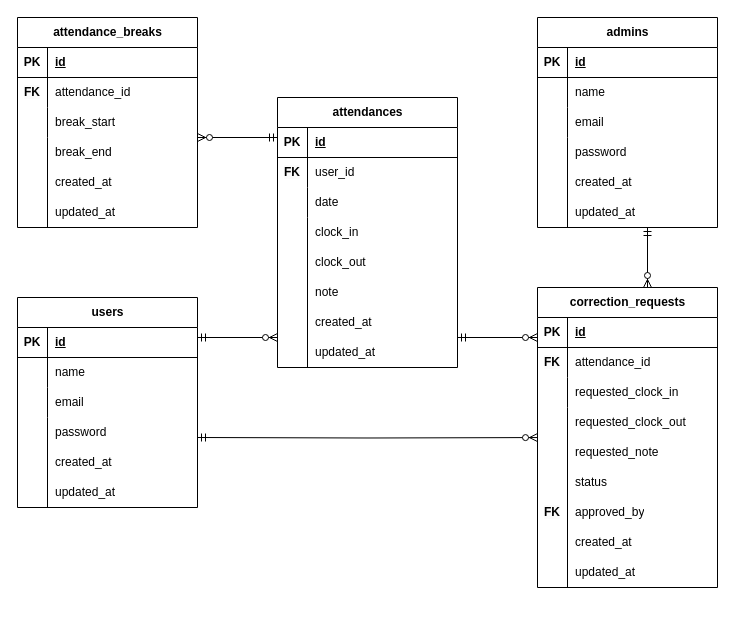
Earlier version of the draw.io diagram attendance-er.drawio (riichikawashima-cmd/coachtech-attendance). Source tidied: cells renumbered, new cells numbered last; positions are measured from the earlier drawing's top-left corner, leaving out a move shared by most shapes. Both pictures are drawn from the tidied source at 100%, with x=0, y=0 at pixel (17, 17).
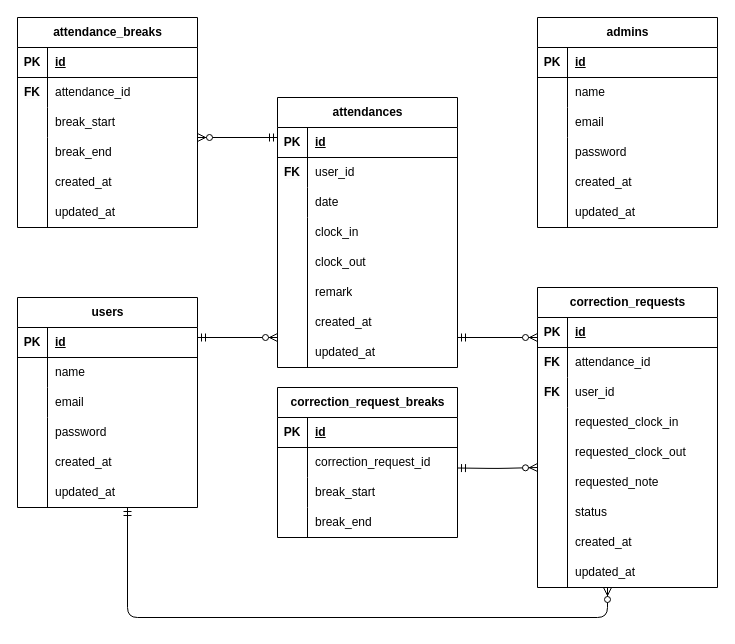
After the change.

The change refers to these unchanged cells:
```xml
<mxCell id="75" style="shape=tableRow;horizontal=0;startSize=0;swimlaneHead=0;swimlaneBody=0;fillColor=none;top=0;left=0;right=0;bottom=0;" parent="68" vertex="1">
  <mxGeometry y="90" width="180" height="30" as="geometry" />
</mxCell>
<mxCell id="78" style="shape=tableRow;horizontal=0;startSize=0;swimlaneHead=0;swimlaneBody=0;fillColor=none;points=[[0,0.5],[1,0.5]];portConstraint=eastwest;top=0;left=0;right=0;bottom=0;" parent="68" vertex="1">
  <mxGeometry y="120" width="180" height="180" as="geometry" />
</mxCell>
```

What changed in the source:
```diff
@@
-    <mxCell id="49" value="note" style="shape=partialRectangle;fillColor=none;top=0;left=0;bottom=0;right=0;align=left;spacingLeft=6;overflow=hidden;whiteSpace=wrap;html=1;" parent="1" vertex="1">
+    <mxCell id="49" value="remark" style="shape=partialRectangle;fillColor=none;top=0;left=0;bottom=0;right=0;align=left;spacingLeft=6;overflow=hidden;whiteSpace=wrap;html=1;" parent="1" vertex="1">
       <mxGeometry x="290" y="260" width="150" height="30" as="geometry" />
     </mxCell>
@@
-    <mxCell id="77" value="&lt;span style=&quot;color: rgb(0, 0, 0);&quot;&gt;requested_clock_in&lt;/span&gt;" style="shape=partialRectangle;fillColor=none;top=0;left=0;bottom=0;right=0;align=left;spacingLeft=6;overflow=hidden;whiteSpace=wrap;html=1;" parent="75" vertex="1">
+    <mxCell id="77" value="user_id" style="shape=partialRectangle;fillColor=none;top=0;left=0;bottom=0;right=0;align=left;spacingLeft=6;overflow=hidden;whiteSpace=wrap;html=1;" parent="75" vertex="1">
       <mxGeometry x="30" width="150" height="30" as="geometry" />
     </mxCell>
@@
     <mxCell id="81" value="&lt;span style=&quot;color: rgb(0, 0, 0);&quot;&gt;requested_clock_out&lt;/span&gt;" style="shape=partialRectangle;fillColor=none;top=0;left=0;bottom=0;right=0;align=left;spacingLeft=6;overflow=hidden;whiteSpace=wrap;html=1;" parent="1" vertex="1">
-      <mxGeometry x="550" y="390" width="150" height="30" as="geometry" />
+      <mxGeometry x="550" y="420" width="150" height="30" as="geometry" />
     </mxCell>
     <mxCell id="82" value="&lt;span style=&quot;color: rgb(0, 0, 0);&quot;&gt;requested_note&lt;/span&gt;" style="shape=partialRectangle;fillColor=none;top=0;left=0;bottom=0;right=0;align=left;spacingLeft=6;overflow=hidden;whiteSpace=wrap;html=1;" parent="1" vertex="1">
-      <mxGeometry x="550" y="420" width="150" height="30" as="geometry" />
+      <mxGeometry x="550" y="450" width="150" height="30" as="geometry" />
     </mxCell>
     <mxCell id="83" value="&lt;span style=&quot;color: rgb(0, 0, 0);&quot;&gt;status&lt;/span&gt;" style="shape=partialRectangle;fillColor=none;top=0;left=0;bottom=0;right=0;align=left;spacingLeft=6;overflow=hidden;whiteSpace=wrap;html=1;" parent="1" vertex="1">
-      <mxGeometry x="550" y="450" width="150" height="30" as="geometry" />
+      <mxGeometry x="550" y="480" width="150" height="30" as="geometry" />
     </mxCell>
-    <mxCell id="84" value="&lt;span style=&quot;color: rgb(0, 0, 0);&quot;&gt;approved_by&lt;/span&gt;" style="shape=partialRectangle;fillColor=none;top=0;left=0;bottom=0;right=0;align=left;spacingLeft=6;overflow=hidden;whiteSpace=wrap;html=1;" parent="1" vertex="1">
-      <mxGeometry x="550" y="480" width="150" height="30" as="geometry" />
-    </mxCell>
-    <mxCell id="85" value="&lt;span style=&quot;color: rgb(0, 0, 0);&quot;&gt;created_at&lt;/span&gt;" style="shape=partialRectangle;fillColor=none;top=0;left=0;bottom=0;right=0;align=left;spacingLeft=6;overflow=hidden;whiteSpace=wrap;html=1;" parent="1" vertex="1">
-      <mxGeometry x="550" y="510" width="150" height="30" as="geometry" />
+    <mxCell id="85" value="&lt;span style=&quot;color: rgb(0, 0, 0);&quot;&gt;updated_at&lt;/span&gt;" style="shape=partialRectangle;fillColor=none;top=0;left=0;bottom=0;right=0;align=left;spacingLeft=6;overflow=hidden;whiteSpace=wrap;html=1;" parent="1" vertex="1">
+      <mxGeometry x="550" y="540" width="150" height="30" as="geometry" />
     </mxCell>
-    <mxCell id="86" value="&lt;span style=&quot;color: rgb(0, 0, 0);&quot;&gt;updated_at&lt;/span&gt;" style="shape=partialRectangle;fillColor=none;top=0;left=0;bottom=0;right=0;align=left;spacingLeft=6;overflow=hidden;whiteSpace=wrap;html=1;" parent="1" vertex="1">
-      <mxGeometry x="550" y="540" width="150" height="30" as="geometry" />
-    </mxCell>
-    <mxCell id="87" value="&lt;span style=&quot;color: rgb(0, 0, 0); font-family: Helvetica; font-size: 12px; font-style: normal; font-variant-ligatures: normal; font-variant-caps: normal; font-weight: 700; letter-spacing: normal; orphans: 2; text-align: center; text-indent: 0px; text-transform: none; widows: 2; word-spacing: 0px; -webkit-text-stroke-width: 0px; white-space: normal; background-color: rgb(251, 251, 251); text-decoration-thickness: initial; text-decoration-style: initial; text-decoration-color: initial; float: none; display: inline !important;&quot;&gt;FK&lt;/span&gt;" style="shape=partialRectangle;fillColor=none;top=0;left=0;bottom=0;right=0;overflow=hidden;whiteSpace=wrap;html=1;" parent="1" vertex="1">
-      <mxGeometry x="520" y="480" width="30" height="30" as="geometry" />
-    </mxCell>
@@
-    <mxCell id="93" style="edgeStyle=orthogonalEdgeStyle;fontSize=12;html=1;endArrow=ERzeroToMany;startArrow=ERmandOne;entryX=0;entryY=0.167;entryDx=0;entryDy=0;entryPerimeter=0;" parent="1" edge="1" target="78">
+    <mxCell id="93" style="edgeStyle=orthogonalEdgeStyle;fontSize=12;html=1;endArrow=ERzeroToMany;startArrow=ERmandOne;" parent="1" edge="1">
       <mxGeometry relative="1" as="geometry">
-        <mxPoint x="180" y="420" as="sourcePoint" />
+        <mxPoint x="110" y="490" as="sourcePoint" />
+        <mxPoint x="590" y="570" as="targetPoint" />
+        <Array as="points">
+          <mxPoint x="110" y="600" />
+          <mxPoint x="590" y="600" />
+        </Array>
       </mxGeometry>
     </mxCell>
-    <mxCell id="94" style="edgeStyle=orthogonalEdgeStyle;fontSize=12;html=1;endArrow=ERzeroToMany;startArrow=ERmandOne;" parent="1" edge="1">
-      <mxGeometry relative="1" as="geometry">
-        <mxPoint x="630" y="210" as="sourcePoint" />
-        <mxPoint x="630" y="270" as="targetPoint" />
-      </mxGeometry>
-    </mxCell>
+    <mxCell id="95" value="correction_request_breaks" style="shape=table;startSize=30;childLayout=tableLayout;rowLines=0;fontStyle=1;align=center;html=1;" parent="1" vertex="1">
+      <mxGeometry x="260" y="370" width="180" height="150" as="geometry" />
+    </mxCell>
+    <mxCell id="96" style="shape=tableRow;horizontal=0;startSize=0;swimlaneHead=0;swimlaneBody=0;fillColor=none;top=0;left=0;right=0;bottom=1;" parent="95" vertex="1">
+      <mxGeometry y="30" width="180" height="30" as="geometry" />
+    </mxCell>
+    <mxCell id="97" value="PK" style="shape=partialRectangle;fillColor=none;top=0;left=0;bottom=0;right=0;fontStyle=1;overflow=hidden;whiteSpace=wrap;html=1;" parent="96" vertex="1">
+      <mxGeometry width="30" height="30" as="geometry" />
+    </mxCell>
+    <mxCell id="98" value="id" style="shape=partialRectangle;fillColor=none;top=0;left=0;bottom=0;right=0;align=left;spacingLeft=6;fontStyle=5;overflow=hidden;whiteSpace=wrap;html=1;" parent="96" vertex="1">
+      <mxGeometry x="30" width="150" height="30" as="geometry" />
+    </mxCell>
+    <mxCell id="99" style="shape=tableRow;horizontal=0;startSize=0;swimlaneHead=0;swimlaneBody=0;fillColor=none;top=0;left=0;right=0;bottom=0;" parent="95" vertex="1">
+      <mxGeometry y="60" width="180" height="30" as="geometry" />
+    </mxCell>
+    <mxCell id="100" style="shape=partialRectangle;fillColor=none;top=0;left=0;bottom=0;right=0;overflow=hidden;whiteSpace=wrap;html=1;" parent="99" vertex="1">
+      <mxGeometry width="30" height="30" as="geometry" />
+    </mxCell>
+    <mxCell id="101" value="correction_request_id" style="shape=partialRectangle;fillColor=none;top=0;left=0;bottom=0;right=0;align=left;spacingLeft=6;overflow=hidden;whiteSpace=wrap;html=1;" parent="99" vertex="1">
+      <mxGeometry x="30" width="150" height="30" as="geometry" />
+    </mxCell>
+    <mxCell id="102" style="shape=tableRow;horizontal=0;startSize=0;swimlaneHead=0;swimlaneBody=0;fillColor=none;top=0;left=0;right=0;bottom=0;" parent="95" vertex="1">
+      <mxGeometry y="90" width="180" height="30" as="geometry" />
+    </mxCell>
+    <mxCell id="103" style="shape=partialRectangle;fillColor=none;top=0;left=0;bottom=0;right=0;overflow=hidden;whiteSpace=wrap;html=1;" parent="102" vertex="1">
+      <mxGeometry width="30" height="30" as="geometry" />
+    </mxCell>
+    <mxCell id="104" value="break_start" style="shape=partialRectangle;fillColor=none;top=0;left=0;bottom=0;right=0;align=left;spacingLeft=6;overflow=hidden;whiteSpace=wrap;html=1;" parent="102" vertex="1">
+      <mxGeometry x="30" width="150" height="30" as="geometry" />
+    </mxCell>
+    <mxCell id="105" style="shape=tableRow;horizontal=0;startSize=0;swimlaneHead=0;swimlaneBody=0;fillColor=none;top=0;left=0;right=0;bottom=0;" parent="95" vertex="1">
+      <mxGeometry y="120" width="180" height="30" as="geometry" />
+    </mxCell>
+    <mxCell id="106" style="shape=partialRectangle;fillColor=none;top=0;left=0;bottom=0;right=0;overflow=hidden;whiteSpace=wrap;html=1;" parent="105" vertex="1">
+      <mxGeometry width="30" height="30" as="geometry" />
+    </mxCell>
+    <mxCell id="107" style="shape=partialRectangle;fillColor=none;top=0;left=0;bottom=0;right=0;align=left;spacingLeft=6;overflow=hidden;whiteSpace=wrap;html=1;" parent="105" vertex="1">
+      <mxGeometry x="30" width="150" height="30" as="geometry" />
+    </mxCell>
+    <mxCell id="108" value="break_end" style="shape=partialRectangle;fillColor=none;top=0;left=0;bottom=0;right=0;align=left;spacingLeft=6;overflow=hidden;whiteSpace=wrap;html=1;" parent="1" vertex="1">
+      <mxGeometry x="290" y="490" width="150" height="30" as="geometry" />
+    </mxCell>
+    <mxCell id="109" style="edgeStyle=orthogonalEdgeStyle;fontSize=12;html=1;endArrow=ERzeroToMany;startArrow=ERmandOne;entryX=0;entryY=0.167;entryDx=0;entryDy=0;entryPerimeter=0;" parent="1" edge="1">
+      <mxGeometry relative="1" as="geometry">
+        <mxPoint x="440" y="450.5" as="sourcePoint" />
+        <mxPoint x="520" y="450" as="targetPoint" />
+      </mxGeometry>
+    </mxCell>
+    <mxCell id="110" value="&lt;span style=&quot;color: rgb(0, 0, 0);&quot;&gt;created_at&lt;/span&gt;" style="shape=partialRectangle;fillColor=none;top=0;left=0;bottom=0;right=0;align=left;spacingLeft=6;overflow=hidden;whiteSpace=wrap;html=1;" parent="1" vertex="1">
+      <mxGeometry x="550" y="510" width="150" height="30" as="geometry" />
+    </mxCell>
+    <mxCell id="111" value="&lt;span style=&quot;color: rgb(0, 0, 0);&quot;&gt;requested_clock_in&lt;/span&gt;" style="shape=partialRectangle;fillColor=none;top=0;left=0;bottom=0;right=0;align=left;spacingLeft=6;overflow=hidden;whiteSpace=wrap;html=1;" parent="1" vertex="1">
+      <mxGeometry x="550" y="390" width="150" height="30" as="geometry" />
+    </mxCell>
+    <mxCell id="87" value="&lt;span style=&quot;color: rgb(0, 0, 0); font-family: Helvetica; font-size: 12px; font-style: normal; font-variant-ligatures: normal; font-variant-caps: normal; font-weight: 700; letter-spacing: normal; orphans: 2; text-align: center; text-indent: 0px; text-transform: none; widows: 2; word-spacing: 0px; -webkit-text-stroke-width: 0px; white-space: normal; background-color: rgb(251, 251, 251); text-decoration-thickness: initial; text-decoration-style: initial; text-decoration-color: initial; float: none; display: inline !important;&quot;&gt;FK&lt;/span&gt;" style="shape=partialRectangle;fillColor=none;top=0;left=0;bottom=0;right=0;overflow=hidden;whiteSpace=wrap;html=1;" parent="1" vertex="1">
+      <mxGeometry x="520" y="360" width="30" height="30" as="geometry" />
+    </mxCell>
```
